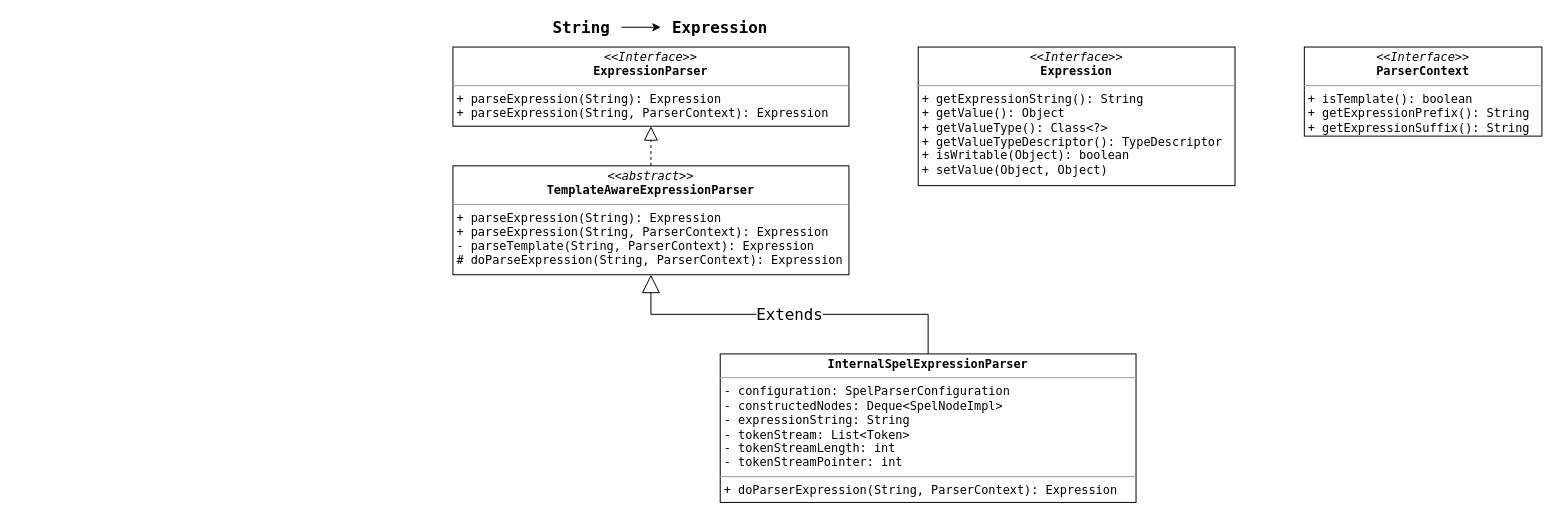
Above: uml/ExpressionParser.drawio in xhjian/draw.io (draw.io), before the change. Source tidied: cells renumbered, new cells numbered last; positions are measured from the earlier drawing's top-left corner, leaving out a move shared by most shapes. Both pictures are drawn from the tidied source at 99%, with x=0, y=0 at pixel (452, 17).
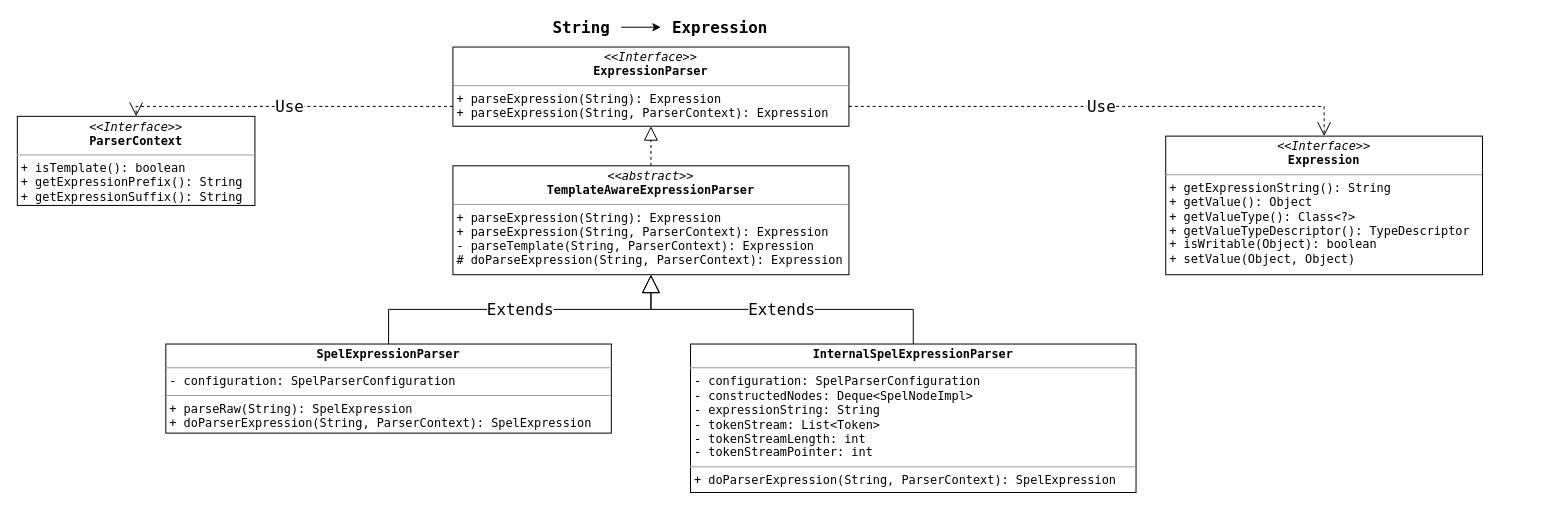
The same diagram, later.

The edit, as a diff of the source:
```diff
@@
 <mxGraphModel>
   <root>
     <mxCell id="0" />
     <mxCell id="1" parent="0" />
     <mxCell id="2" value="&lt;p style=&quot;margin: 0px ; margin-top: 4px ; text-align: center&quot;&gt;&lt;i&gt;&amp;lt;&amp;lt;Interface&amp;gt;&amp;gt;&lt;/i&gt;&lt;br&gt;&lt;b&gt;ExpressionParser&lt;/b&gt;&lt;br&gt;&lt;/p&gt;&lt;hr size=&quot;1&quot;&gt;&lt;p style=&quot;margin: 0px ; margin-left: 4px&quot;&gt;+ parseExpression(String): Expression&lt;/p&gt;&lt;p style=&quot;margin: 0px ; margin-left: 4px&quot;&gt;+ parseExpression(String, ParserContext): Expression&lt;/p&gt;" style="verticalAlign=top;align=left;overflow=fill;fontSize=12;fontFamily=Lucida Console;html=1;" parent="1" vertex="1">
       <mxGeometry y="30" width="400" height="80" as="geometry" />
     </mxCell>
     <mxCell id="3" value="&lt;p style=&quot;margin: 0px ; margin-top: 4px ; text-align: center&quot;&gt;&lt;i&gt;&amp;lt;&amp;lt;Interface&amp;gt;&amp;gt;&lt;/i&gt;&lt;br&gt;&lt;b&gt;Expression&lt;/b&gt;&lt;br&gt;&lt;/p&gt;&lt;hr size=&quot;1&quot;&gt;&lt;p style=&quot;margin: 0px ; margin-left: 4px&quot;&gt;+ getExpressionString(): String&lt;/p&gt;&lt;p style=&quot;margin: 0px ; margin-left: 4px&quot;&gt;+ getValue(): Object&lt;/p&gt;&lt;p style=&quot;margin: 0px ; margin-left: 4px&quot;&gt;+ getValueType(): Class&amp;lt;?&amp;gt;&lt;/p&gt;&lt;p style=&quot;margin: 0px ; margin-left: 4px&quot;&gt;+ getValueTypeDescriptor(): TypeDescriptor&lt;/p&gt;&lt;p style=&quot;margin: 0px ; margin-left: 4px&quot;&gt;+ isWritable(Object): boolean&lt;/p&gt;&lt;p style=&quot;margin: 0px ; margin-left: 4px&quot;&gt;+ setValue(Object, Object)&lt;/p&gt;" style="verticalAlign=top;align=left;overflow=fill;fontSize=12;fontFamily=Lucida Console;html=1;" parent="1" vertex="1">
-      <mxGeometry x="470" y="30" width="320" height="140" as="geometry" />
+      <mxGeometry x="720" y="120" width="320" height="140" as="geometry" />
     </mxCell>
     <mxCell id="4" style="edgeStyle=orthogonalEdgeStyle;rounded=0;jettySize=auto;html=1;fontFamily=Lucida Console;fontSize=16;fontStyle=1;" parent="1" edge="1" source="5" target="6">
       <mxGeometry relative="1" as="geometry" />
     </mxCell>
     <mxCell id="5" value="String" style="text;html=1;strokeColor=none;fillColor=none;align=center;verticalAlign=middle;whiteSpace=wrap;rounded=0;fontFamily=Lucida Console;fontSize=16;fontStyle=1;" parent="1" vertex="1">
       <mxGeometry x="90" width="80" height="20" as="geometry" />
     </mxCell>
     <mxCell id="6" value="Expression" style="text;html=1;strokeColor=none;fillColor=none;align=center;verticalAlign=middle;whiteSpace=wrap;rounded=0;fontFamily=Lucida Console;fontSize=16;fontStyle=1;" parent="1" vertex="1">
       <mxGeometry x="210" width="120" height="20" as="geometry" />
     </mxCell>
     <mxCell id="7" value="&lt;p style=&quot;margin: 0px ; margin-top: 4px ; text-align: center&quot;&gt;&lt;i&gt;&amp;lt;&amp;lt;Interface&amp;gt;&amp;gt;&lt;/i&gt;&lt;br&gt;&lt;b&gt;ParserContext&lt;/b&gt;&lt;br&gt;&lt;/p&gt;&lt;hr size=&quot;1&quot;&gt;&lt;p style=&quot;margin: 0px ; margin-left: 4px&quot;&gt;+ isTemplate(): boolean&lt;/p&gt;&lt;p style=&quot;margin: 0px ; margin-left: 4px&quot;&gt;+ getExpressionPrefix(): String&lt;/p&gt;&lt;p style=&quot;margin: 0px ; margin-left: 4px&quot;&gt;+ getExpressionSuffix(): String&lt;br&gt;&lt;/p&gt;" style="verticalAlign=top;align=left;overflow=fill;fontSize=12;fontFamily=Lucida Console;html=1;" parent="1" vertex="1">
-      <mxGeometry x="860" y="30" width="240" height="90" as="geometry" />
+      <mxGeometry x="-440" y="100" width="240" height="90" as="geometry" />
     </mxCell>
     <mxCell id="8" value="&lt;p style=&quot;margin: 0px ; margin-top: 4px ; text-align: center&quot;&gt;&lt;i&gt;&amp;lt;&amp;lt;abstract&amp;gt;&amp;gt;&lt;/i&gt;&lt;br&gt;&lt;b&gt;TemplateAwareExpressionParser&lt;/b&gt;&lt;/p&gt;&lt;hr size=&quot;1&quot;&gt;&lt;p style=&quot;margin: 0px ; margin-left: 4px&quot;&gt;+ parseExpression(String): Expression&lt;/p&gt;&lt;p style=&quot;margin: 0px ; margin-left: 4px&quot;&gt;+ parseExpression(String, ParserContext): Expression&lt;/p&gt;&lt;p style=&quot;margin: 0px ; margin-left: 4px&quot;&gt;- parseTemplate(String, ParserContext): Expression&lt;/p&gt;&lt;p style=&quot;margin: 0px ; margin-left: 4px&quot;&gt;# doParseExpression(String, ParserContext): Expression&lt;br&gt;&lt;/p&gt;" style="verticalAlign=top;align=left;overflow=fill;fontSize=12;fontFamily=Lucida Console;html=1;" parent="1" vertex="1">
       <mxGeometry y="150" width="400" height="110" as="geometry" />
     </mxCell>
     <mxCell id="9" style="endArrow=block;dashed=1;endFill=0;endSize=12;html=1;rounded=0;fontFamily=Lucida Console;fontSize=16;entryX=0.5;entryY=1;entryDx=0;entryDy=0;" parent="1" edge="1" source="8" target="2">
       <mxGeometry relative="1" as="geometry" />
     </mxCell>
-    <mxCell id="10" value="&lt;p style=&quot;margin: 0px ; margin-top: 4px ; text-align: center&quot;&gt;&lt;b&gt;InternalSpelExpressionParser&lt;/b&gt;&lt;/p&gt;&lt;hr size=&quot;1&quot;&gt;&lt;p style=&quot;margin: 0px ; margin-left: 4px&quot;&gt;- configuration: SpelParserConfiguration&lt;/p&gt;&lt;p style=&quot;margin: 0px ; margin-left: 4px&quot;&gt;- constructedNodes: Deque&amp;lt;SpelNodeImpl&amp;gt;&lt;/p&gt;&lt;p style=&quot;margin: 0px ; margin-left: 4px&quot;&gt;- expressionString: String&lt;/p&gt;&lt;p style=&quot;margin: 0px ; margin-left: 4px&quot;&gt;- tokenStream: List&amp;lt;Token&amp;gt;&lt;/p&gt;&lt;p style=&quot;margin: 0px ; margin-left: 4px&quot;&gt;- tokenStreamLength: int&lt;/p&gt;&lt;p style=&quot;margin: 0px ; margin-left: 4px&quot;&gt;- tokenStreamPointer: int&lt;br&gt;&lt;/p&gt;&lt;hr size=&quot;1&quot;&gt;&lt;p style=&quot;margin: 0px ; margin-left: 4px&quot;&gt;+ doParserExpression(String, ParserContext): Expression&lt;br&gt;&lt;/p&gt;" style="verticalAlign=top;align=left;overflow=fill;fontSize=12;fontFamily=Lucida Console;html=1;" parent="1" vertex="1">
-      <mxGeometry x="270" y="340" width="420" height="150" as="geometry" />
+    <mxCell id="10" value="&lt;p style=&quot;margin: 0px ; margin-top: 4px ; text-align: center&quot;&gt;&lt;b&gt;InternalSpelExpressionParser&lt;/b&gt;&lt;/p&gt;&lt;hr size=&quot;1&quot;&gt;&lt;p style=&quot;margin: 0px ; margin-left: 4px&quot;&gt;- configuration: SpelParserConfiguration&lt;/p&gt;&lt;p style=&quot;margin: 0px ; margin-left: 4px&quot;&gt;- constructedNodes: Deque&amp;lt;SpelNodeImpl&amp;gt;&lt;/p&gt;&lt;p style=&quot;margin: 0px ; margin-left: 4px&quot;&gt;- expressionString: String&lt;/p&gt;&lt;p style=&quot;margin: 0px ; margin-left: 4px&quot;&gt;- tokenStream: List&amp;lt;Token&amp;gt;&lt;/p&gt;&lt;p style=&quot;margin: 0px ; margin-left: 4px&quot;&gt;- tokenStreamLength: int&lt;/p&gt;&lt;p style=&quot;margin: 0px ; margin-left: 4px&quot;&gt;- tokenStreamPointer: int&lt;br&gt;&lt;/p&gt;&lt;hr size=&quot;1&quot;&gt;&lt;p style=&quot;margin: 0px ; margin-left: 4px&quot;&gt;+ doParserExpression(String, ParserContext): SpelExpression&lt;br&gt;&lt;/p&gt;" style="verticalAlign=top;align=left;overflow=fill;fontSize=12;fontFamily=Lucida Console;html=1;" parent="1" vertex="1">
+      <mxGeometry x="240" y="330" width="450" height="150" as="geometry" />
     </mxCell>
     <mxCell id="11" value="Extends" style="endArrow=block;endSize=16;endFill=0;html=1;rounded=0;fontFamily=Lucida Console;fontSize=16;entryX=0.5;entryY=1;entryDx=0;entryDy=0;exitX=0.5;exitY=0;exitDx=0;exitDy=0;edgeStyle=orthogonalEdgeStyle;" parent="1" edge="1" source="10" target="8">
       <mxGeometry relative="1" as="geometry" />
     </mxCell>
+    <mxCell id="12" value="&lt;p style=&quot;margin: 0px ; margin-top: 4px ; text-align: center&quot;&gt;&lt;b&gt;SpelExpressionParser&lt;/b&gt;&lt;/p&gt;&lt;hr size=&quot;1&quot;&gt;&lt;p style=&quot;margin: 0px ; margin-left: 4px&quot;&gt;- configuration: SpelParserConfiguration&lt;/p&gt;&lt;hr size=&quot;1&quot;&gt;&lt;p style=&quot;margin: 0px ; margin-left: 4px&quot;&gt;+ parseRaw(String): SpelExpression&lt;br&gt;&lt;/p&gt;&lt;p style=&quot;margin: 0px ; margin-left: 4px&quot;&gt;+ doParserExpression(String, ParserContext): SpelExpression&lt;br&gt;&lt;/p&gt;" style="verticalAlign=top;align=left;overflow=fill;fontSize=12;fontFamily=Lucida Console;html=1;" parent="1" vertex="1">
+      <mxGeometry x="-290" y="330" width="450" height="90" as="geometry" />
+    </mxCell>
+    <mxCell id="13" value="Use" style="endArrow=open;endSize=12;dashed=1;html=1;rounded=0;fontFamily=Lucida Console;fontSize=16;exitX=1;exitY=0.75;exitDx=0;exitDy=0;entryX=0.5;entryY=0;entryDx=0;entryDy=0;edgeStyle=orthogonalEdgeStyle;" parent="1" edge="1" source="2" target="3">
+      <mxGeometry relative="1" as="geometry" />
+    </mxCell>
+    <mxCell id="14" value="Use" style="endArrow=open;endSize=12;dashed=1;html=1;rounded=0;fontFamily=Lucida Console;fontSize=16;exitX=0;exitY=0.75;exitDx=0;exitDy=0;entryX=0.5;entryY=0;entryDx=0;entryDy=0;edgeStyle=orthogonalEdgeStyle;" parent="1" edge="1" source="2" target="7">
+      <mxGeometry relative="1" as="geometry" />
+    </mxCell>
+    <mxCell id="15" value="Extends" style="endArrow=block;endSize=16;endFill=0;html=1;rounded=0;fontFamily=Lucida Console;fontSize=16;entryX=0.5;entryY=1;entryDx=0;entryDy=0;exitX=0.5;exitY=0;exitDx=0;exitDy=0;edgeStyle=orthogonalEdgeStyle;" parent="1" edge="1" source="12" target="8">
+      <mxGeometry relative="1" as="geometry" />
+    </mxCell>
   </root>
 </mxGraphModel>
```
